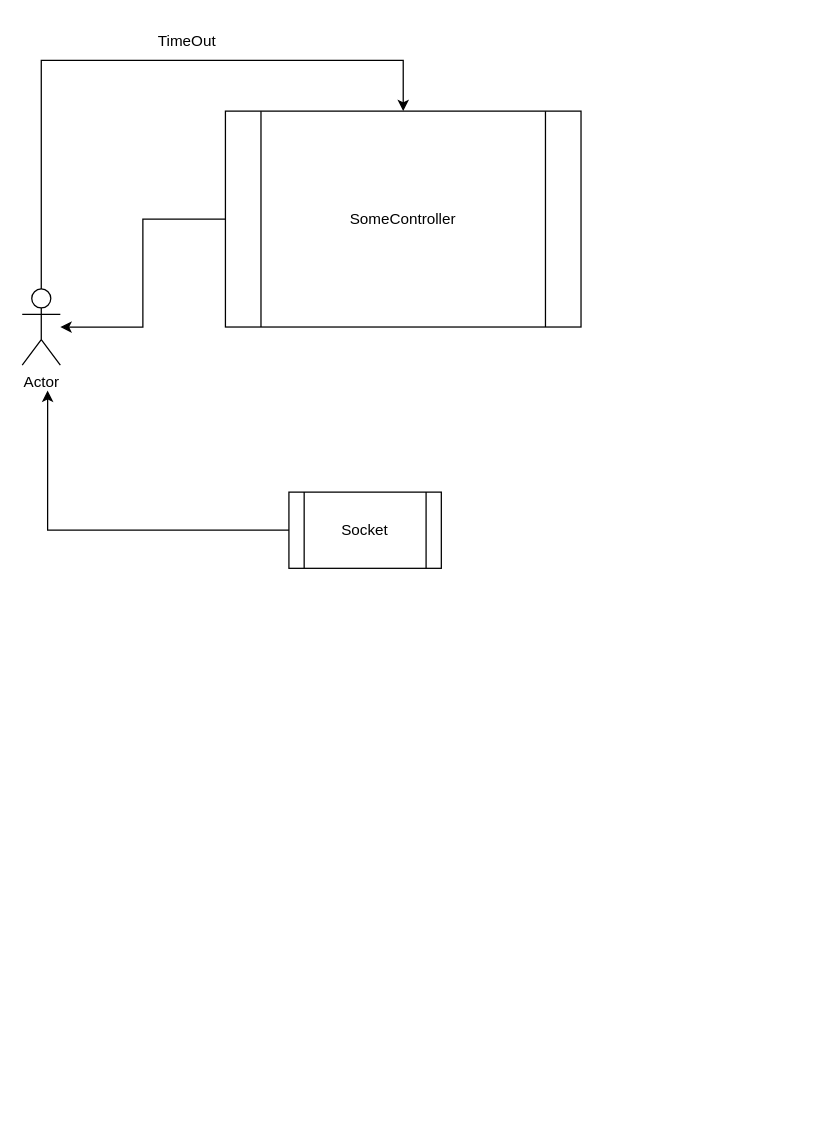
Above: page "Сторінка-10" (10 of 10) of Diagrams/azure.drawio in ninydev/pv111 (draw.io), before the change. Source tidied: cells renumbered, new cells numbered last; positions are measured from the earlier drawing's top-left corner, leaving out a move shared by most shapes. Both pictures are drawn from the tidied source at 127%, with x=0, y=0 at pixel (22, 22).
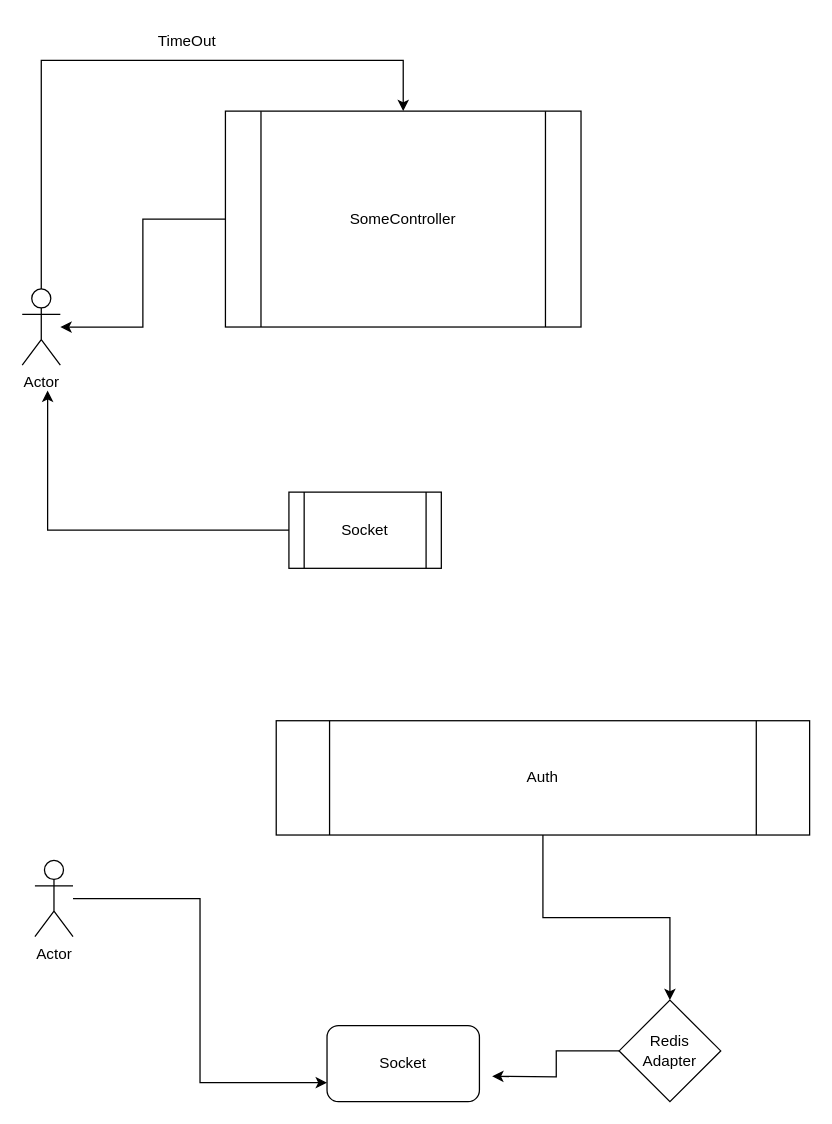
Above is the later version.

The edit, as a diff of the source:
```diff
@@
 <mxGraphModel>
   <root>
     <mxCell id="0" />
     <mxCell id="1" parent="0" />
     <mxCell id="2" style="edgeStyle=orthogonalEdgeStyle;rounded=0;jettySize=auto;html=1;entryX=0.5;entryY=0;entryDx=0;entryDy=0;" parent="1" edge="1" source="3" target="5">
       <mxGeometry relative="1" as="geometry">
         <Array as="points">
           <mxPoint x="15" y="30" />
           <mxPoint x="300" y="30" />
         </Array>
       </mxGeometry>
     </mxCell>
     <mxCell id="3" value="Actor" style="shape=umlActor;verticalLabelPosition=bottom;verticalAlign=top;html=1;outlineConnect=0;" parent="1" vertex="1">
       <mxGeometry y="210" width="30" height="60" as="geometry" />
     </mxCell>
     <mxCell id="4" style="edgeStyle=orthogonalEdgeStyle;rounded=0;jettySize=auto;html=1;" parent="1" edge="1" source="5" target="3">
       <mxGeometry relative="1" as="geometry" />
     </mxCell>
     <mxCell id="5" value="SomeController" style="shape=process;whiteSpace=wrap;html=1;backgroundOutline=1;" parent="1" vertex="1">
       <mxGeometry x="160" y="70" width="280" height="170" as="geometry" />
     </mxCell>
     <mxCell id="6" value="TimeOut" style="text;html=1;strokeColor=none;fillColor=none;align=center;verticalAlign=middle;whiteSpace=wrap;rounded=0;" parent="1" vertex="1">
       <mxGeometry x="100" width="60" height="30" as="geometry" />
     </mxCell>
     <mxCell id="7" value="Socket" style="shape=process;whiteSpace=wrap;html=1;backgroundOutline=1;" parent="1" vertex="1">
       <mxGeometry x="210" y="370" width="120" height="60" as="geometry" />
     </mxCell>
     <mxCell id="8" style="edgeStyle=orthogonalEdgeStyle;rounded=0;jettySize=auto;html=1;entryX=0.667;entryY=1.333;entryDx=0;entryDy=0;entryPerimeter=0;" parent="1" edge="1" source="7" target="3">
       <mxGeometry relative="1" as="geometry" />
     </mxCell>
+    <mxCell id="9" style="edgeStyle=orthogonalEdgeStyle;rounded=0;jettySize=auto;html=1;entryX=0;entryY=0.75;entryDx=0;entryDy=0;" parent="1" edge="1" source="10" target="13">
+      <mxGeometry relative="1" as="geometry" />
+    </mxCell>
+    <mxCell id="10" value="Actor" style="shape=umlActor;verticalLabelPosition=bottom;verticalAlign=top;html=1;outlineConnect=0;" parent="1" vertex="1">
+      <mxGeometry x="10" y="660" width="30" height="60" as="geometry" />
+    </mxCell>
+    <mxCell id="11" style="edgeStyle=orthogonalEdgeStyle;rounded=0;jettySize=auto;html=1;" parent="1" edge="1" source="12" target="15">
+      <mxGeometry relative="1" as="geometry" />
+    </mxCell>
+    <mxCell id="12" value="Auth" style="shape=process;whiteSpace=wrap;html=1;backgroundOutline=1;" parent="1" vertex="1">
+      <mxGeometry x="200" y="550" width="420" height="90" as="geometry" />
+    </mxCell>
+    <mxCell id="13" value="Socket" style="rounded=1;whiteSpace=wrap;html=1;" parent="1" vertex="1">
+      <mxGeometry x="240" y="790" width="120" height="60" as="geometry" />
+    </mxCell>
+    <mxCell id="14" style="edgeStyle=orthogonalEdgeStyle;rounded=0;jettySize=auto;html=1;" parent="1" edge="1" source="15">
+      <mxGeometry relative="1" as="geometry">
+        <mxPoint x="370" y="830" as="targetPoint" />
+      </mxGeometry>
+    </mxCell>
+    <mxCell id="15" value="Redis&lt;br&gt;Adapter" style="rhombus;whiteSpace=wrap;html=1;" parent="1" vertex="1">
+      <mxGeometry x="470" y="770" width="80" height="80" as="geometry" />
+    </mxCell>
   </root>
 </mxGraphModel>
```
